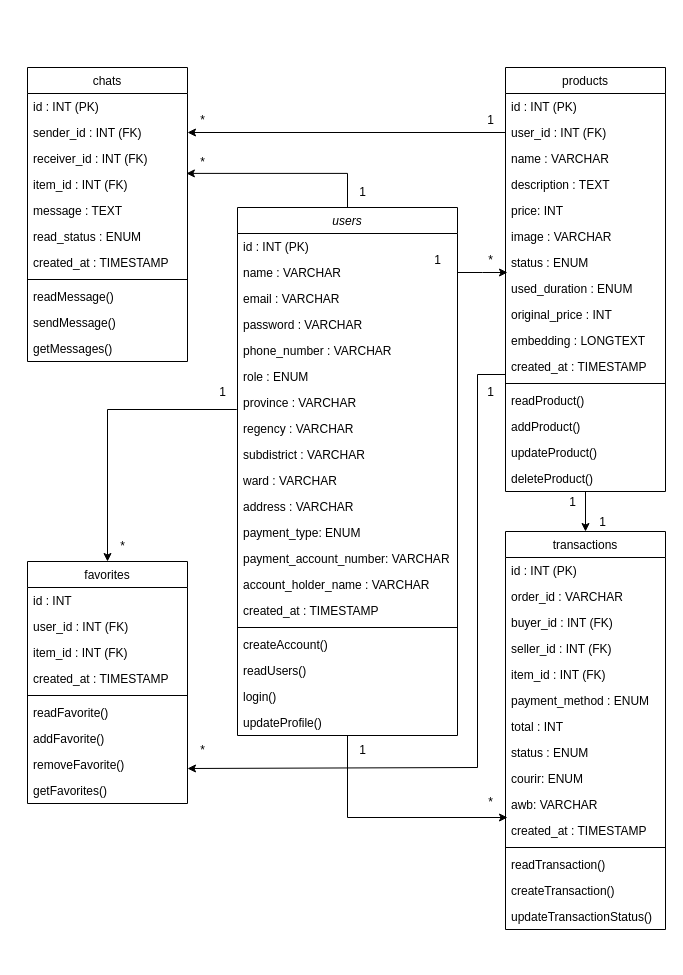
Above: Untitled Diagram.drawio in Al1en131/Note-App (draw.io), before the change. Source tidied: cells renumbered, new cells numbered last; positions are measured from the earlier drawing's top-left corner, leaving out a move shared by most shapes. Both pictures are drawn from the tidied source at 100%, with x=0, y=0 at pixel (27, 67).
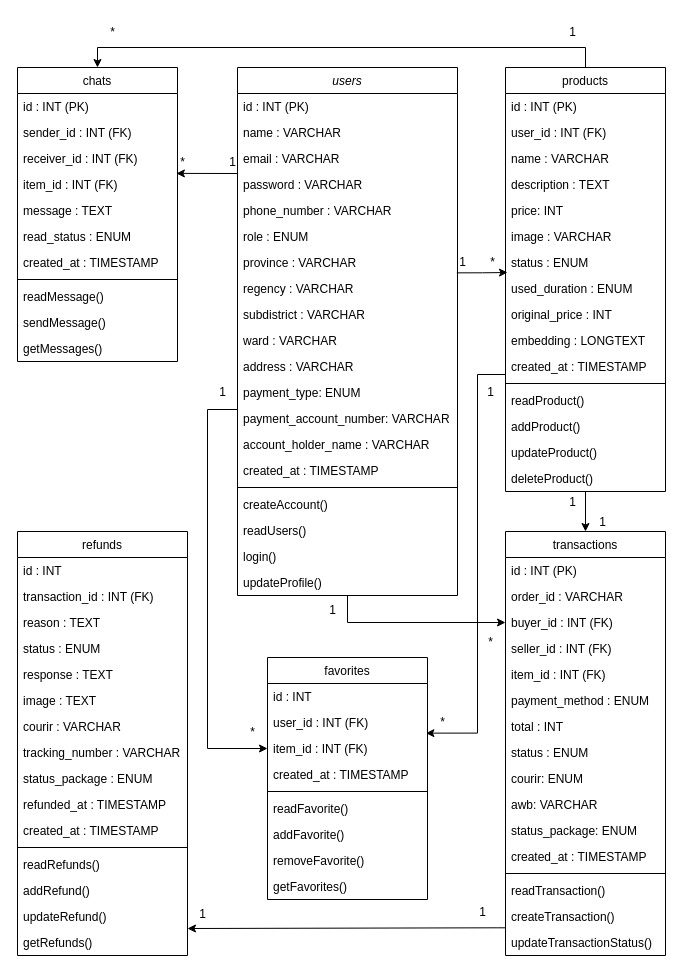
Above is the later version.

The change refers to these unchanged cells:
```xml
<mxCell id="4" value="name : VARCHAR" style="text;align=left;verticalAlign=top;spacingLeft=4;spacingRight=4;overflow=hidden;points=[[0,0.5],[1,0.5]];portConstraint=eastwest;rounded=0;shadow=0;html=0;" parent="2" vertex="1">
  <mxGeometry y="52" width="220" height="26" as="geometry" />
</mxCell>
<mxCell id="9" value="province : VARCHAR" style="text;align=left;verticalAlign=top;spacingLeft=4;spacingRight=4;overflow=hidden;points=[[0,0.5],[1,0.5]];portConstraint=eastwest;rounded=0;shadow=0;html=0;" parent="2" vertex="1">
  <mxGeometry y="182" width="220" height="26" as="geometry" />
</mxCell>
<mxCell id="25" value="user_id : INT (FK)" style="text;align=left;verticalAlign=top;spacingLeft=4;spacingRight=4;overflow=hidden;points=[[0,0.5],[1,0.5]];portConstraint=eastwest;rounded=0;shadow=0;html=0;" parent="23" vertex="1">
  <mxGeometry y="52" width="160" height="26" as="geometry" />
</mxCell>
<mxCell id="26" value="item_id : INT (FK)" style="text;align=left;verticalAlign=top;spacingLeft=4;spacingRight=4;overflow=hidden;points=[[0,0.5],[1,0.5]];portConstraint=eastwest;rounded=0;shadow=0;html=0;" parent="23" vertex="1">
  <mxGeometry y="78" width="160" height="26" as="geometry" />
</mxCell>
<mxCell id="35" value="sender_id : INT (FK)" style="text;align=left;verticalAlign=top;spacingLeft=4;spacingRight=4;overflow=hidden;points=[[0,0.5],[1,0.5]];portConstraint=eastwest;" parent="33" vertex="1">
  <mxGeometry y="52" width="160" height="26" as="geometry" />
</mxCell>
<mxCell id="36" value="receiver_id : INT (FK)" style="text;align=left;verticalAlign=top;spacingLeft=4;spacingRight=4;overflow=hidden;points=[[0,0.5],[1,0.5]];portConstraint=eastwest;" parent="33" vertex="1">
  <mxGeometry y="78" width="160" height="26" as="geometry" />
</mxCell>
<mxCell id="45" value="products" style="swimlane;fontStyle=0;align=center;verticalAlign=top;horizontal=1;startSize=26;rounded=0;shadow=0;strokeWidth=1;" parent="1" vertex="1">
  <mxGeometry x="478" width="160" height="424" as="geometry" />
</mxCell>
<mxCell id="47" value="user_id : INT (FK)" style="text;align=left;verticalAlign=top;spacingLeft=4;spacingRight=4;overflow=hidden;points=[[0,0.5],[1,0.5]];portConstraint=eastwest;rounded=0;shadow=0;html=0;" parent="45" vertex="1">
  <mxGeometry y="52" width="160" height="26" as="geometry" />
</mxCell>
<mxCell id="60" value="updateProduct()" style="text;align=left;verticalAlign=top;spacingLeft=4;spacingRight=4;overflow=hidden;points=[[0,0.5],[1,0.5]];portConstraint=eastwest;" parent="45" vertex="1">
  <mxGeometry y="372" width="160" height="26" as="geometry" />
</mxCell>
<mxCell id="65" value="buyer_id : INT (FK)" style="text;align=left;verticalAlign=top;spacingLeft=4;spacingRight=4;overflow=hidden;points=[[0,0.5],[1,0.5]];portConstraint=eastwest;rounded=0;shadow=0;html=0;" parent="62" vertex="1">
  <mxGeometry y="78" width="160" height="26" as="geometry" />
</mxCell>
```

The edit, as a diff of the source:
```diff
@@
     <mxCell id="2" value="users" style="swimlane;fontStyle=2;align=center;verticalAlign=top;horizontal=1;startSize=26;rounded=0;shadow=0;strokeWidth=1;" parent="1" vertex="1">
-      <mxGeometry x="210" y="140" width="220" height="528" as="geometry" />
+      <mxGeometry x="210" width="220" height="528" as="geometry" />
     </mxCell>
@@
     <mxCell id="23" value="favorites" style="swimlane;fontStyle=0;align=center;verticalAlign=top;horizontal=1;startSize=26;rounded=0;shadow=0;strokeWidth=1;" parent="1" vertex="1">
-      <mxGeometry y="494" width="160" height="242" as="geometry" />
+      <mxGeometry x="240" y="590" width="160" height="242" as="geometry" />
     </mxCell>
@@
     <mxCell id="33" value="chats" style="swimlane;fontStyle=0;align=center;verticalAlign=top;horizontal=1;startSize=26;rounded=0;shadow=0;strokeWidth=1;" parent="1" vertex="1">
-      <mxGeometry width="160" height="294" as="geometry" />
+      <mxGeometry x="-10" width="160" height="294" as="geometry" />
     </mxCell>
@@
     <mxCell id="62" value="transactions" style="swimlane;fontStyle=0;align=center;verticalAlign=top;horizontal=1;startSize=26;rounded=0;shadow=0;strokeWidth=1;" parent="1" vertex="1">
-      <mxGeometry x="478" y="464" width="160" height="398" as="geometry" />
+      <mxGeometry x="478" y="464" width="160" height="424" as="geometry" />
     </mxCell>
@@
+    <mxCell id="99" value="status_package: ENUM" style="text;align=left;verticalAlign=top;spacingLeft=4;spacingRight=4;overflow=hidden;rounded=0;shadow=0;html=0;" parent="62" vertex="1">
+      <mxGeometry y="286" width="160" height="26" as="geometry" />
+    </mxCell>
     <mxCell id="73" value="created_at : TIMESTAMP" style="text;align=left;verticalAlign=top;spacingLeft=4;spacingRight=4;overflow=hidden;rounded=0;shadow=0;html=0;" parent="62" vertex="1">
-      <mxGeometry y="286" width="160" height="26" as="geometry" />
+      <mxGeometry y="312" width="160" height="26" as="geometry" />
     </mxCell>
     <mxCell id="74" style="line;html=1;strokeWidth=1;align=left;verticalAlign=middle;spacingTop=-1;spacingLeft=3;spacingRight=3;labelPosition=right;" parent="62" vertex="1">
-      <mxGeometry y="312" width="160" height="8" as="geometry" />
+      <mxGeometry y="338" width="160" height="8" as="geometry" />
     </mxCell>
     <mxCell id="75" value="readTransaction()" style="text;align=left;verticalAlign=top;spacingLeft=4;spacingRight=4;overflow=hidden;" parent="62" vertex="1">
-      <mxGeometry y="320" width="160" height="26" as="geometry" />
+      <mxGeometry y="346" width="160" height="26" as="geometry" />
     </mxCell>
     <mxCell id="76" value="createTransaction()" style="text;align=left;verticalAlign=top;spacingLeft=4;spacingRight=4;overflow=hidden;points=[[0,0.5],[1,0.5]];portConstraint=eastwest;" parent="62" vertex="1">
-      <mxGeometry y="346" width="160" height="26" as="geometry" />
+      <mxGeometry y="372" width="160" height="26" as="geometry" />
     </mxCell>
     <mxCell id="77" value="updateTransactionStatus()" style="text;align=left;verticalAlign=top;spacingLeft=4;spacingRight=4;overflow=hidden;" parent="62" vertex="1">
-      <mxGeometry y="372" width="160" height="26" as="geometry" />
+      <mxGeometry y="398" width="160" height="26" as="geometry" />
     </mxCell>
-    <mxCell id="78" style="edgeStyle=orthogonalEdgeStyle;rounded=0;jettySize=auto;html=1;exitX=0;exitY=0.5;exitDx=0;exitDy=0;" parent="1" edge="1" source="60">
+    <mxCell id="78" style="edgeStyle=orthogonalEdgeStyle;rounded=0;jettySize=auto;html=1;exitX=0;exitY=0.5;exitDx=0;exitDy=0;entryX=0.99;entryY=0.909;entryDx=0;entryDy=0;entryPerimeter=0;" parent="1" edge="1" source="60" target="25">
       <mxGeometry relative="1" as="geometry">
-        <mxPoint x="160" y="701" as="targetPoint" />
         <Array as="points">
           <mxPoint x="478" y="307" />
           <mxPoint x="450" y="307" />
-          <mxPoint x="450" y="700" />
-          <mxPoint x="160" y="700" />
+          <mxPoint x="450" y="666" />
         </Array>
       </mxGeometry>
     </mxCell>
-    <mxCell id="79" style="edgeStyle=orthogonalEdgeStyle;rounded=0;jettySize=auto;html=1;exitX=0.5;exitY=1;exitDx=0;exitDy=0;" parent="1" edge="1" source="2">
+    <mxCell id="79" style="edgeStyle=orthogonalEdgeStyle;rounded=0;jettySize=auto;html=1;exitX=0.5;exitY=1;exitDx=0;exitDy=0;entryX=0;entryY=0.5;entryDx=0;entryDy=0;" parent="1" edge="1" source="2" target="65">
       <mxGeometry relative="1" as="geometry">
-        <mxPoint x="480" y="750" as="targetPoint" />
         <Array as="points">
-          <mxPoint x="320" y="750" />
+          <mxPoint x="320" y="555" />
         </Array>
       </mxGeometry>
     </mxCell>
-    <mxCell id="80" style="edgeStyle=orthogonalEdgeStyle;rounded=0;jettySize=auto;html=1;entryX=0.5;entryY=0;entryDx=0;entryDy=0;" parent="1" edge="1" target="23">
+    <mxCell id="80" style="edgeStyle=orthogonalEdgeStyle;rounded=0;jettySize=auto;html=1;entryX=0;entryY=0.5;entryDx=0;entryDy=0;" parent="1" edge="1" target="26">
       <mxGeometry relative="1" as="geometry">
         <mxPoint x="210" y="342" as="sourcePoint" />
         <Array as="points">
-          <mxPoint x="209" y="342" />
-          <mxPoint x="80" y="342" />
+          <mxPoint x="180" y="342" />
+          <mxPoint x="180" y="681" />
         </Array>
       </mxGeometry>
     </mxCell>
-    <mxCell id="81" style="edgeStyle=orthogonalEdgeStyle;rounded=0;jettySize=auto;html=1;exitX=1;exitY=0.5;exitDx=0;exitDy=0;" parent="1" edge="1" source="4">
+    <mxCell id="81" style="edgeStyle=orthogonalEdgeStyle;rounded=0;jettySize=auto;html=1;exitX=0.997;exitY=0.898;exitDx=0;exitDy=0;exitPerimeter=0;" parent="1" edge="1" source="9">
       <mxGeometry relative="1" as="geometry">
         <mxPoint x="480" y="205" as="targetPoint" />
       </mxGeometry>
     </mxCell>
-    <mxCell id="82" style="edgeStyle=orthogonalEdgeStyle;rounded=0;jettySize=auto;html=1;exitX=0.5;exitY=0;exitDx=0;exitDy=0;entryX=0.993;entryY=1.073;entryDx=0;entryDy=0;entryPerimeter=0;" parent="1" edge="1" source="2" target="36">
+    <mxCell id="82" style="edgeStyle=orthogonalEdgeStyle;rounded=0;jettySize=auto;html=1;entryX=0.993;entryY=1.073;entryDx=0;entryDy=0;entryPerimeter=0;" parent="1" edge="1" target="36">
       <mxGeometry relative="1" as="geometry">
+        <mxPoint x="210" y="106" as="sourcePoint" />
         <Array as="points">
-          <mxPoint x="320" y="106" />
+          <mxPoint x="210" y="106" />
+          <mxPoint x="210" y="106" />
         </Array>
       </mxGeometry>
     </mxCell>
@@
     <mxCell id="85" value="1" style="text;html=1;align=center;verticalAlign=middle;strokeColor=none;fillColor=none;" parent="1" vertex="1">
-      <mxGeometry x="320" y="668" width="30" height="30" as="geometry" />
+      <mxGeometry x="290" y="528" width="30" height="30" as="geometry" />
     </mxCell>
     <mxCell id="86" value="*" style="text;html=1;align=center;verticalAlign=middle;strokeColor=none;fillColor=none;" parent="1" vertex="1">
-      <mxGeometry x="448" y="720" width="30" height="30" as="geometry" />
+      <mxGeometry x="448" y="560" width="30" height="30" as="geometry" />
     </mxCell>
@@
     <mxCell id="88" value="*" style="text;html=1;align=center;verticalAlign=middle;strokeColor=none;fillColor=none;" parent="1" vertex="1">
-      <mxGeometry x="160" y="668" width="30" height="30" as="geometry" />
+      <mxGeometry x="400" y="640" width="30" height="30" as="geometry" />
     </mxCell>
@@
     <mxCell id="90" value="*" style="text;html=1;align=center;verticalAlign=middle;strokeColor=none;fillColor=none;" parent="1" vertex="1">
-      <mxGeometry x="80" y="464" width="30" height="30" as="geometry" />
+      <mxGeometry x="210" y="650" width="30" height="30" as="geometry" />
     </mxCell>
     <mxCell id="91" value="1" style="text;html=1;align=center;verticalAlign=middle;strokeColor=none;fillColor=none;" parent="1" vertex="1">
-      <mxGeometry x="320" y="110" width="30" height="30" as="geometry" />
+      <mxGeometry x="420" y="180" width="30" height="30" as="geometry" />
     </mxCell>
     <mxCell id="92" value="*" style="text;html=1;align=center;verticalAlign=middle;strokeColor=none;fillColor=none;" parent="1" vertex="1">
-      <mxGeometry x="160" y="80" width="30" height="30" as="geometry" />
+      <mxGeometry x="140" y="80" width="30" height="30" as="geometry" />
     </mxCell>
     <mxCell id="93" value="1" style="text;html=1;align=center;verticalAlign=middle;strokeColor=none;fillColor=none;" parent="1" vertex="1">
-      <mxGeometry x="395" y="178" width="30" height="30" as="geometry" />
+      <mxGeometry x="190" y="80" width="30" height="30" as="geometry" />
     </mxCell>
     <mxCell id="94" value="*" style="text;html=1;align=center;verticalAlign=middle;strokeColor=none;fillColor=none;" parent="1" vertex="1">
-      <mxGeometry x="448" y="178" width="30" height="30" as="geometry" />
+      <mxGeometry x="450" y="180" width="30" height="30" as="geometry" />
     </mxCell>
-    <mxCell id="95" style="edgeStyle=orthogonalEdgeStyle;rounded=0;jettySize=auto;html=1;exitX=0;exitY=0.5;exitDx=0;exitDy=0;entryX=1;entryY=0.5;entryDx=0;entryDy=0;" parent="1" edge="1" source="47" target="35">
-      <mxGeometry relative="1" as="geometry" />
+    <mxCell id="95" style="edgeStyle=orthogonalEdgeStyle;rounded=0;jettySize=auto;html=1;exitX=0.5;exitY=0;exitDx=0;exitDy=0;entryX=0.5;entryY=0;entryDx=0;entryDy=0;" parent="1" edge="1" source="45" target="33">
+      <mxGeometry relative="1" as="geometry">
+        <Array as="points">
+          <mxPoint x="558" y="-20" />
+          <mxPoint x="70" y="-20" />
+        </Array>
+      </mxGeometry>
     </mxCell>
     <mxCell id="96" value="1" style="text;html=1;align=center;verticalAlign=middle;strokeColor=none;fillColor=none;" parent="1" vertex="1">
-      <mxGeometry x="448" y="38" width="30" height="30" as="geometry" />
+      <mxGeometry x="530" y="-50" width="30" height="30" as="geometry" />
     </mxCell>
     <mxCell id="97" value="*" style="text;html=1;align=center;verticalAlign=middle;strokeColor=none;fillColor=none;" parent="1" vertex="1">
-      <mxGeometry x="160" y="38" width="30" height="30" as="geometry" />
+      <mxGeometry x="70" y="-50" width="30" height="30" as="geometry" />
     </mxCell>
@@
+    <mxCell id="100" value="refunds" style="swimlane;fontStyle=0;align=center;verticalAlign=top;horizontal=1;startSize=26;rounded=0;shadow=0;strokeWidth=1;" parent="1" vertex="1">
+      <mxGeometry x="-10" y="464" width="170" height="424" as="geometry" />
+    </mxCell>
+    <mxCell id="101" value="id : INT" style="text;align=left;verticalAlign=top;spacingLeft=4;spacingRight=4;overflow=hidden;" parent="100" vertex="1">
+      <mxGeometry y="26" width="170" height="26" as="geometry" />
+    </mxCell>
+    <mxCell id="102" value="transaction_id : INT (FK)" style="text;align=left;verticalAlign=top;spacingLeft=4;spacingRight=4;overflow=hidden;rounded=0;shadow=0;html=0;" parent="100" vertex="1">
+      <mxGeometry y="52" width="170" height="26" as="geometry" />
+    </mxCell>
+    <mxCell id="103" value="reason : TEXT" style="text;align=left;verticalAlign=top;spacingLeft=4;spacingRight=4;overflow=hidden;rounded=0;shadow=0;html=0;" parent="100" vertex="1">
+      <mxGeometry y="78" width="170" height="26" as="geometry" />
+    </mxCell>
+    <mxCell id="104" value="status : ENUM" style="text;align=left;verticalAlign=top;spacingLeft=4;spacingRight=4;overflow=hidden;rounded=0;shadow=0;html=0;" parent="100" vertex="1">
+      <mxGeometry y="104" width="170" height="26" as="geometry" />
+    </mxCell>
+    <mxCell id="105" value="response : TEXT" style="text;align=left;verticalAlign=top;spacingLeft=4;spacingRight=4;overflow=hidden;rounded=0;shadow=0;html=0;" parent="100" vertex="1">
+      <mxGeometry y="130" width="170" height="26" as="geometry" />
+    </mxCell>
+    <mxCell id="106" value="image : TEXT" style="text;align=left;verticalAlign=top;spacingLeft=4;spacingRight=4;overflow=hidden;rounded=0;shadow=0;html=0;" parent="100" vertex="1">
+      <mxGeometry y="156" width="170" height="26" as="geometry" />
+    </mxCell>
+    <mxCell id="107" value="courir : VARCHAR" style="text;align=left;verticalAlign=top;spacingLeft=4;spacingRight=4;overflow=hidden;rounded=0;shadow=0;html=0;" parent="100" vertex="1">
+      <mxGeometry y="182" width="170" height="26" as="geometry" />
+    </mxCell>
+    <mxCell id="108" value="tracking_number : VARCHAR" style="text;align=left;verticalAlign=top;spacingLeft=4;spacingRight=4;overflow=hidden;rounded=0;shadow=0;html=0;" parent="100" vertex="1">
+      <mxGeometry y="208" width="170" height="26" as="geometry" />
+    </mxCell>
+    <mxCell id="109" value="status_package : ENUM" style="text;align=left;verticalAlign=top;spacingLeft=4;spacingRight=4;overflow=hidden;rounded=0;shadow=0;html=0;" parent="100" vertex="1">
+      <mxGeometry y="234" width="170" height="26" as="geometry" />
+    </mxCell>
+    <mxCell id="110" value="refunded_at : TIMESTAMP" style="text;align=left;verticalAlign=top;spacingLeft=4;spacingRight=4;overflow=hidden;rounded=0;shadow=0;html=0;" parent="100" vertex="1">
+      <mxGeometry y="260" width="170" height="26" as="geometry" />
+    </mxCell>
+    <mxCell id="111" value="created_at : TIMESTAMP" style="text;align=left;verticalAlign=top;spacingLeft=4;spacingRight=4;overflow=hidden;rounded=0;shadow=0;html=0;" parent="100" vertex="1">
+      <mxGeometry y="286" width="170" height="26" as="geometry" />
+    </mxCell>
+    <mxCell id="112" style="line;html=1;strokeWidth=1;align=left;verticalAlign=middle;spacingTop=-1;spacingLeft=3;spacingRight=3;labelPosition=right;" parent="100" vertex="1">
+      <mxGeometry y="312" width="170" height="8" as="geometry" />
+    </mxCell>
+    <mxCell id="113" value="readRefunds()" style="text;align=left;verticalAlign=top;spacingLeft=4;spacingRight=4;overflow=hidden;" parent="100" vertex="1">
+      <mxGeometry y="320" width="170" height="26" as="geometry" />
+    </mxCell>
+    <mxCell id="114" value="addRefund()" style="text;align=left;verticalAlign=top;spacingLeft=4;spacingRight=4;overflow=hidden;" parent="100" vertex="1">
+      <mxGeometry y="346" width="170" height="26" as="geometry" />
+    </mxCell>
+    <mxCell id="115" value="updateRefund()" style="text;align=left;verticalAlign=top;spacingLeft=4;spacingRight=4;overflow=hidden;rounded=0;shadow=0;html=0;" parent="100" vertex="1">
+      <mxGeometry y="372" width="170" height="26" as="geometry" />
+    </mxCell>
+    <mxCell id="116" value="getRefunds()" style="text;align=left;verticalAlign=top;spacingLeft=4;spacingRight=4;overflow=hidden;rounded=0;shadow=0;html=0;" parent="100" vertex="1">
+      <mxGeometry y="398" width="170" height="26" as="geometry" />
+    </mxCell>
+    <mxCell id="117" style="edgeStyle=orthogonalEdgeStyle;rounded=0;jettySize=auto;html=1;exitX=0.003;exitY=0.935;exitDx=0;exitDy=0;exitPerimeter=0;" parent="1" edge="1" source="76">
+      <mxGeometry relative="1" as="geometry">
+        <mxPoint x="160" y="861" as="targetPoint" />
+        <Array as="points">
+          <mxPoint x="470" y="860" />
+          <mxPoint x="72" y="861" />
+        </Array>
+      </mxGeometry>
+    </mxCell>
+    <mxCell id="118" value="1" style="text;html=1;align=center;verticalAlign=middle;strokeColor=none;fillColor=none;" parent="1" vertex="1">
+      <mxGeometry x="440" y="830" width="30" height="30" as="geometry" />
+    </mxCell>
+    <mxCell id="119" value="1" style="text;html=1;align=center;verticalAlign=middle;strokeColor=none;fillColor=none;" parent="1" vertex="1">
+      <mxGeometry x="160" y="832" width="30" height="30" as="geometry" />
+    </mxCell>
```
